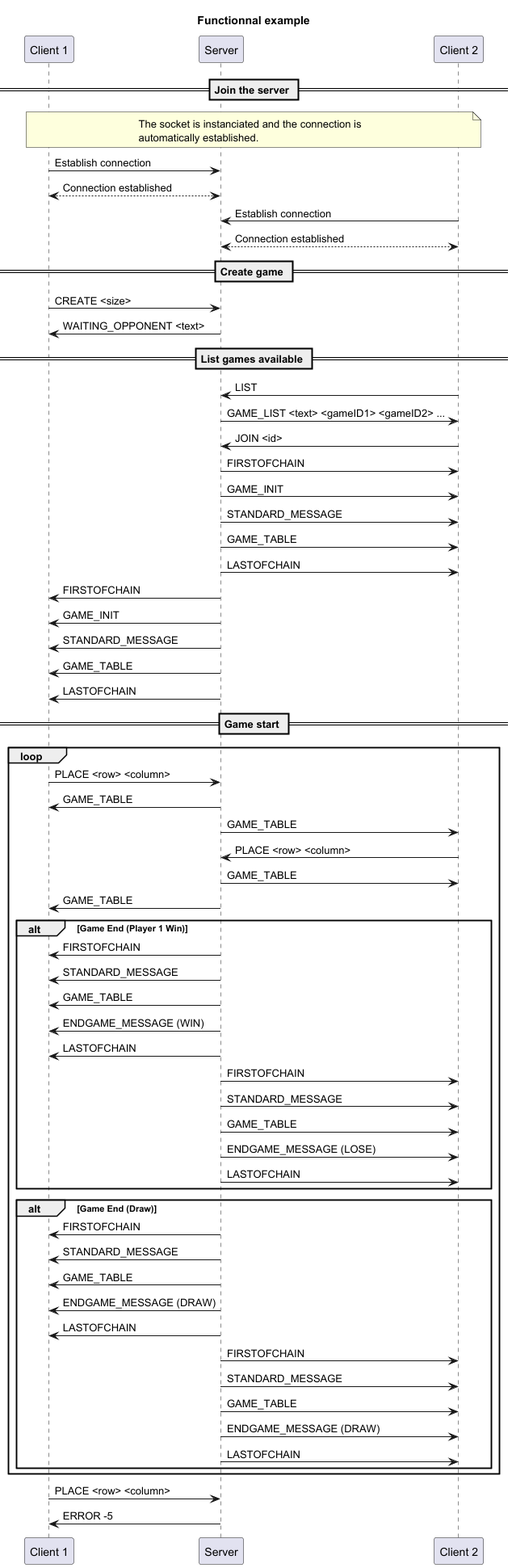
This is doc/img/quit_finished_game_example-Functionnal_example.png from AlexB-HEIG/DAI-Practical-work-2, a PlantUML export, as it was before one commit.
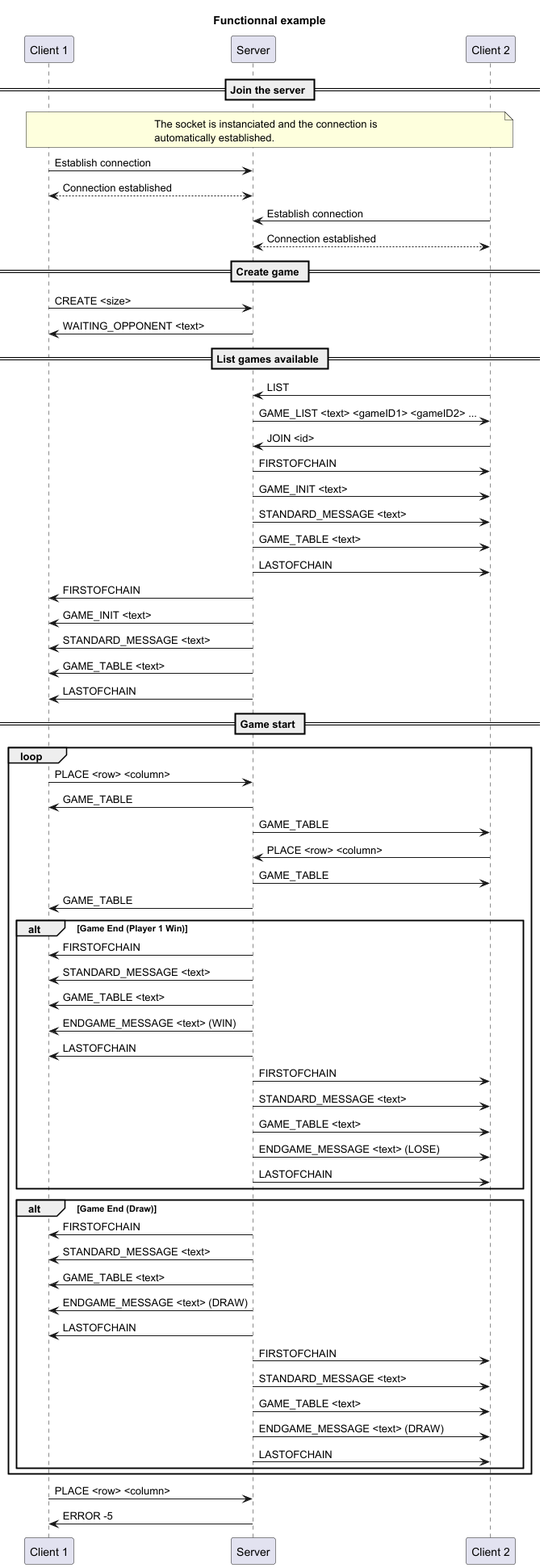
The same file after the commit.

What changed in the source:
```diff
@@ -33,15 +33,15 @@
 c2->s: JOIN <id>
 
 s->c2: FIRSTOFCHAIN
-s->c2: GAME_INIT
-s->c2: STANDARD_MESSAGE
-s->c2: GAME_TABLE
+s->c2: GAME_INIT <text>
+s->c2: STANDARD_MESSAGE <text>
+s->c2: GAME_TABLE <text>
 s->c2: LASTOFCHAIN
 
 s->c1: FIRSTOFCHAIN
-s->c1: GAME_INIT
-s->c1: STANDARD_MESSAGE
-s->c1: GAME_TABLE
+s->c1: GAME_INIT <text>
+s->c1: STANDARD_MESSAGE <text>
+s->c1: GAME_TABLE <text>
 s->c1: LASTOFCHAIN
 
 == Game start ==
@@ -58,30 +58,30 @@
     s->c1: GAME_TABLE
 
     alt Game End (Player 1 Win)
-        s -> c1:FIRSTOFCHAIN
-        s -> c1:STANDARD_MESSAGE
-        s -> c1:GAME_TABLE
-        s -> c1:ENDGAME_MESSAGE (WIN)
-        s -> c1:LASTOFCHAIN
-        s -> c2:FIRSTOFCHAIN
-        s -> c2:STANDARD_MESSAGE
-        s -> c2:GAME_TABLE
-        s -> c2:ENDGAME_MESSAGE (LOSE)
-        s -> c2:LASTOFCHAIN
-    end
+            s -> c1:FIRSTOFCHAIN
+            s -> c1:STANDARD_MESSAGE <text>
+            s -> c1:GAME_TABLE <text>
+            s -> c1:ENDGAME_MESSAGE <text> (WIN)
+            s -> c1:LASTOFCHAIN
+            s -> c2:FIRSTOFCHAIN
+            s -> c2:STANDARD_MESSAGE <text>
+            s -> c2:GAME_TABLE <text>
+            s -> c2:ENDGAME_MESSAGE <text> (LOSE)
+            s -> c2:LASTOFCHAIN
+        end
 
-    alt Game End (Draw)
-        s -> c1:FIRSTOFCHAIN
-                s -> c1:STANDARD_MESSAGE
-                s -> c1:GAME_TABLE
-                s -> c1:ENDGAME_MESSAGE (DRAW)
-                s -> c1:LASTOFCHAIN
-                s -> c2:FIRSTOFCHAIN
-                s -> c2:STANDARD_MESSAGE
-                s -> c2:GAME_TABLE
-                s -> c2:ENDGAME_MESSAGE (DRAW)
-                s -> c2:LASTOFCHAIN
-    end
+        alt Game End (Draw)
+            s -> c1:FIRSTOFCHAIN
+            s -> c1:STANDARD_MESSAGE <text>
+            s -> c1:GAME_TABLE <text>
+            s -> c1:ENDGAME_MESSAGE <text> (DRAW)
+            s -> c1:LASTOFCHAIN
+            s -> c2:FIRSTOFCHAIN
+            s -> c2:STANDARD_MESSAGE <text>
+            s -> c2:GAME_TABLE <text>
+            s -> c2:ENDGAME_MESSAGE <text> (DRAW)
+            s -> c2:LASTOFCHAIN
+        end
 
 end
 
```
